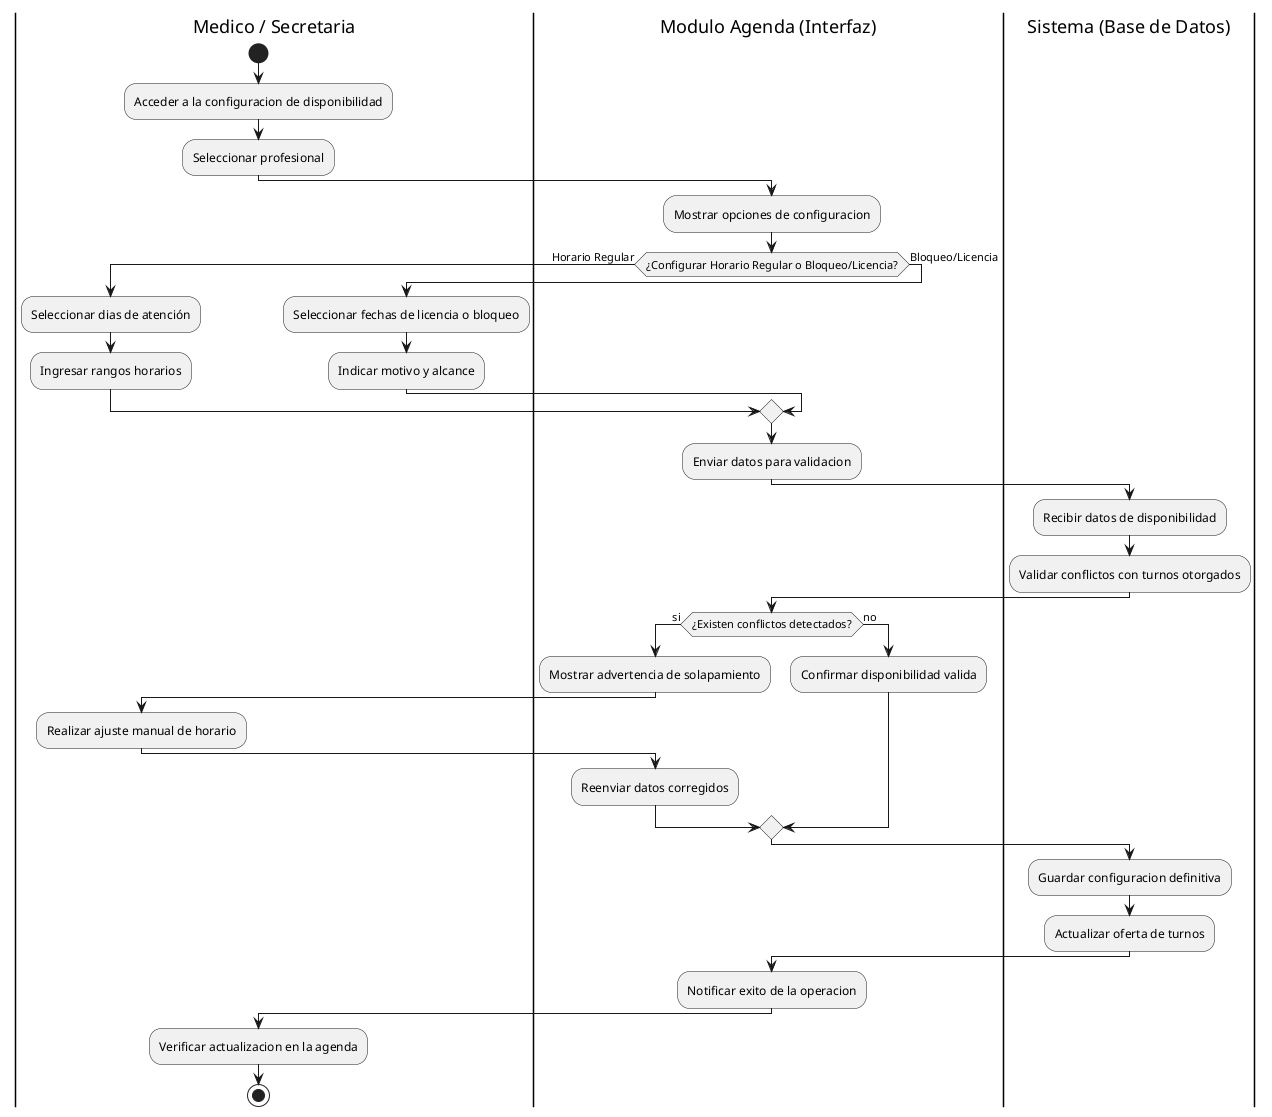
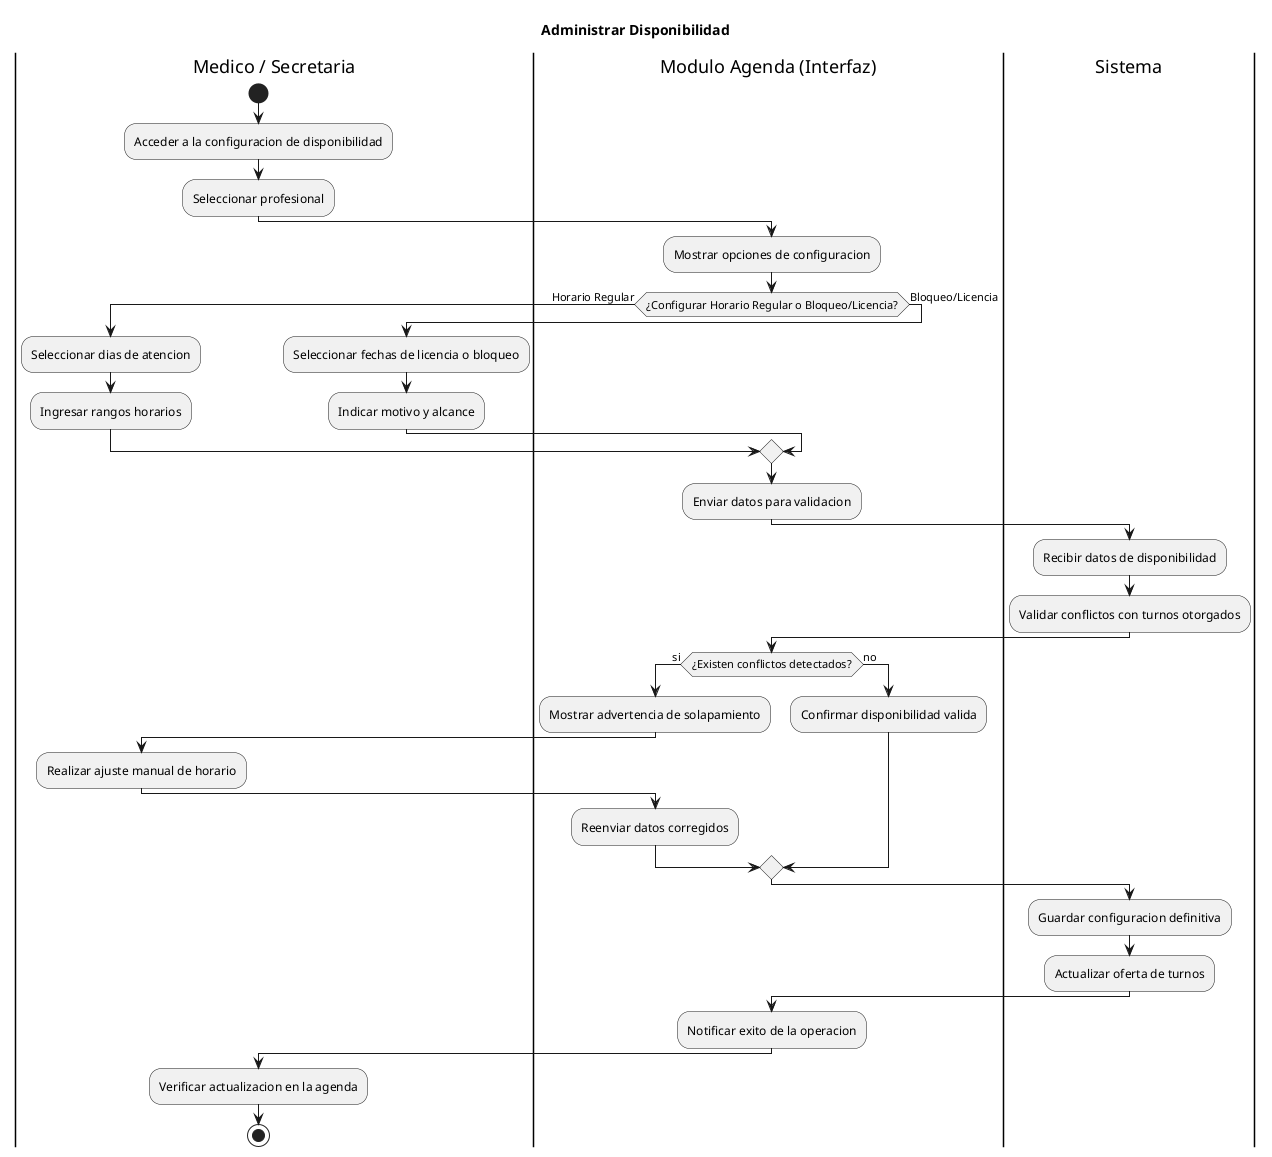
@startuml
+ title Administrar Disponibilidad
|Medico / Secretaria|
start
:Acceder a la configuracion de disponibilidad;
:Seleccionar profesional;

|Modulo Agenda (Interfaz)|
:Mostrar opciones de configuracion;
if (¿Configurar Horario Regular o Bloqueo/Licencia?) then (Horario Regular)
    |Medico / Secretaria|
-     :Seleccionar dias de atención;
+     :Seleccionar dias de atencion;
    :Ingresar rangos horarios;
else (Bloqueo/Licencia)
    |Medico / Secretaria|
    :Seleccionar fechas de licencia o bloqueo;
    :Indicar motivo y alcance;
endif

|Modulo Agenda (Interfaz)|
:Enviar datos para validacion;

- |Sistema (Base de Datos)|
+ |Sistema|
:Recibir datos de disponibilidad;
:Validar conflictos con turnos otorgados;

|Modulo Agenda (Interfaz)|
if (¿Existen conflictos detectados?) then (si)
    :Mostrar advertencia de solapamiento;
    |Medico / Secretaria|
    :Realizar ajuste manual de horario;
    |Modulo Agenda (Interfaz)|
    :Reenviar datos corregidos;
else (no)
    :Confirmar disponibilidad valida;
endif

- |Sistema (Base de Datos)|
+ |Sistema|
:Guardar configuracion definitiva;
:Actualizar oferta de turnos;

|Modulo Agenda (Interfaz)|
:Notificar exito de la operacion;

|Medico / Secretaria|
:Verificar actualizacion en la agenda;
stop
@enduml